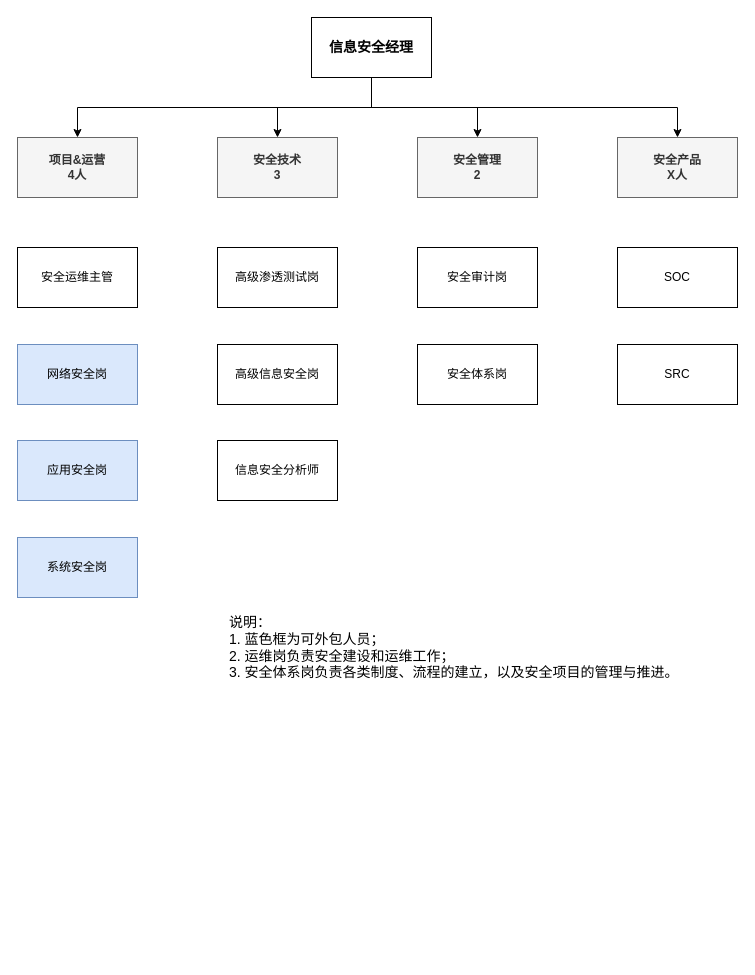
This is page "第 2 页" (2 of 2) of Untitled Diagram.drawio from zhaopoint/GitHack, a draw.io file, before an edit. Source tidied: cells renumbered, new cells numbered last; positions are measured from the earlier drawing's top-left corner, leaving out a move shared by most shapes. Both pictures are drawn from the tidied source at 100%, with x=0, y=0 at pixel (17, 17).
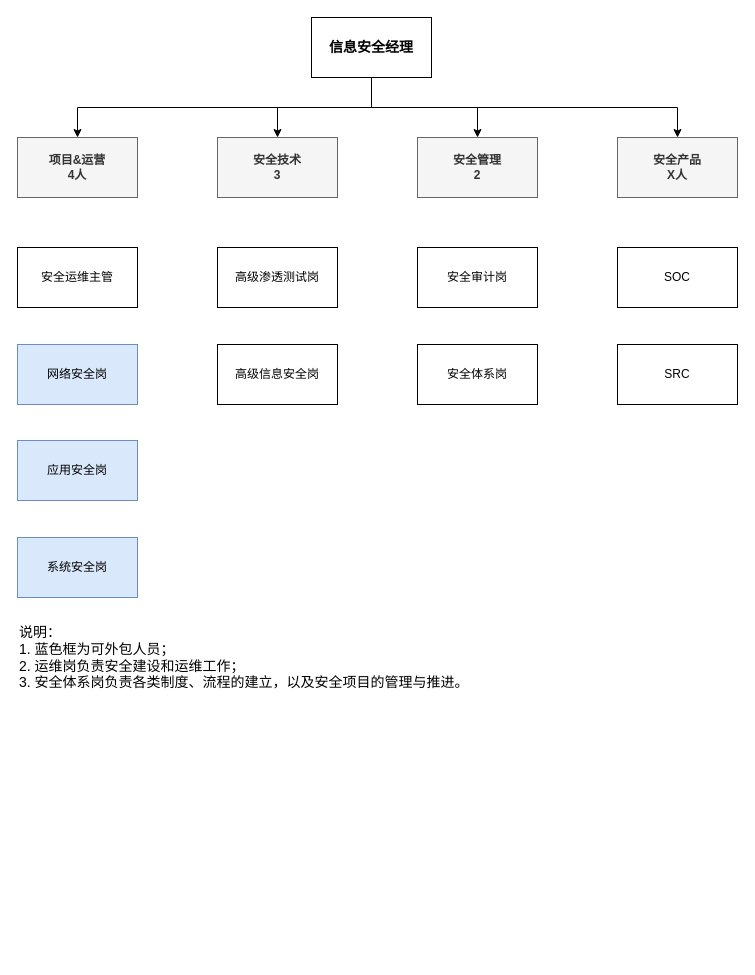
The same page after the edit.

Diff of the diagram source:
```diff
@@
-    <mxCell id="18" value="信息安全分析师" style="rounded=0;whiteSpace=wrap;html=1;" parent="1" vertex="1">
-      <mxGeometry x="200" y="423" width="120" height="60" as="geometry" />
-    </mxCell>
@@
-    <mxCell id="20" value="说明：&lt;br&gt;1. 蓝色框为可外包人员；&lt;br&gt;2. 运维岗负责安全建设和运维工作；&lt;br&gt;3. 安全体系岗负责各类制度、流程的建立，以及安全项目的管理与推进。" style="text;html=1;strokeColor=none;fillColor=none;align=left;verticalAlign=top;whiteSpace=wrap;rounded=0;labelBackgroundColor=none;fontSize=14;horizontal=1;" parent="1" vertex="1">
-      <mxGeometry x="210" y="590" width="460" height="70" as="geometry" />
+    <mxCell id="20" value="说明：&lt;br&gt;1. 蓝色框为可外包人员；&lt;br&gt;2. 运维岗负责安全建设和运维工作；&lt;br&gt;3. 安全体系岗负责各类制度、流程的建立，以及安全项目的管理与推进。&lt;br&gt;" style="text;html=1;strokeColor=none;fillColor=none;align=left;verticalAlign=top;whiteSpace=wrap;rounded=0;labelBackgroundColor=none;fontSize=14;horizontal=1;" parent="1" vertex="1">
+      <mxGeometry y="600" width="720" height="340" as="geometry" />
     </mxCell>
```
